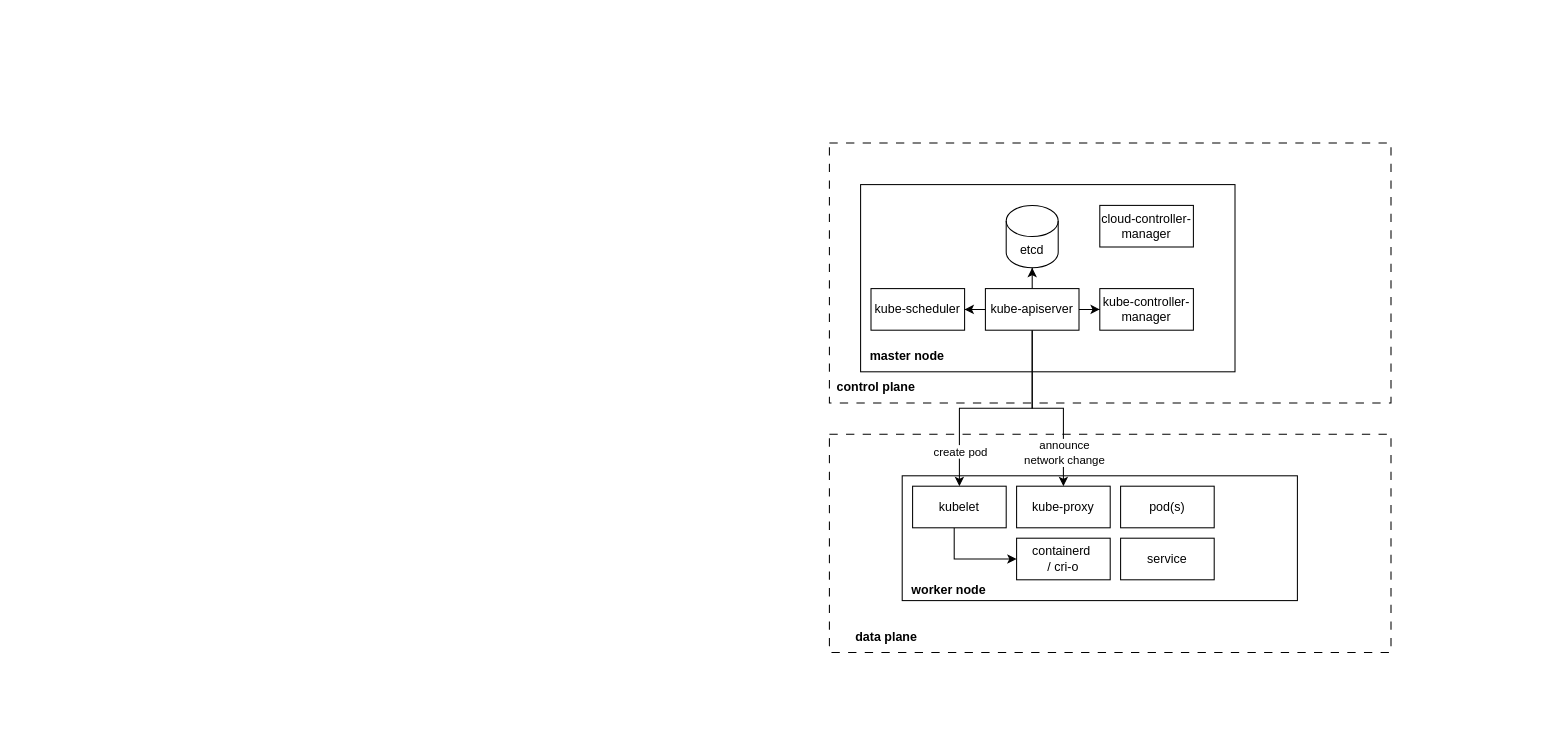
Before: catalog/k8s/k8s-architecture.drawio in tastybug/zettelkasten, a draw.io diagram. Source tidied: cells renumbered, new cells numbered last; positions are measured from the earlier drawing's top-left corner, leaving out a move shared by most shapes. Both pictures are drawn from the tidied source at 104%, with x=0, y=0 at pixel (808, 142).
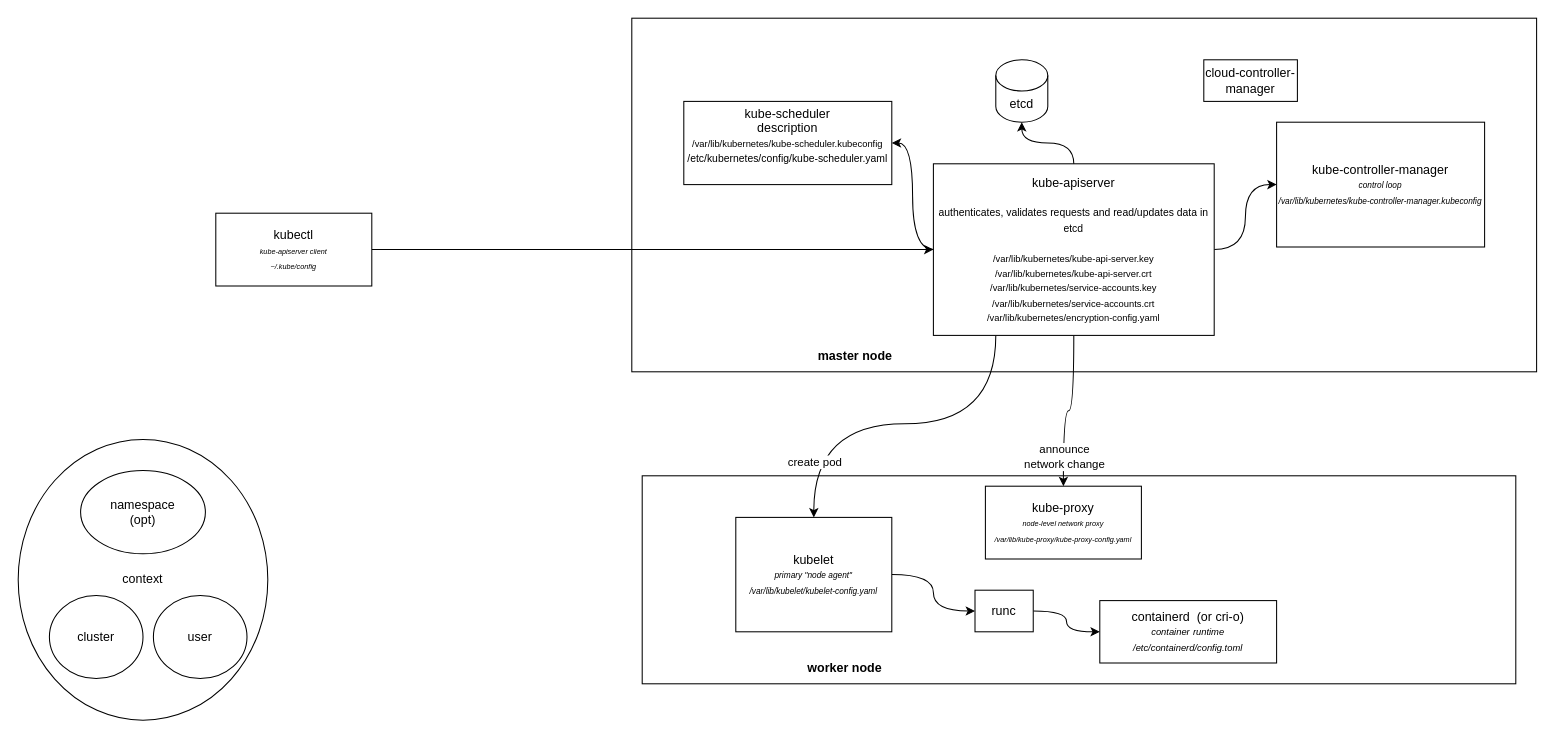
The same diagram, later.

The edit, as a diff of the source:
```diff
@@
-    <mxCell id="2" style="rounded=0;whiteSpace=wrap;html=1;dashed=1;dashPattern=8 8;" parent="1" vertex="1">
-      <mxGeometry x="20" width="540" height="250" as="geometry" />
-    </mxCell>
-    <mxCell id="3" style="rounded=0;whiteSpace=wrap;html=1;dashed=1;dashPattern=8 8;" parent="1" vertex="1">
-      <mxGeometry x="20" y="280" width="540" height="210" as="geometry" />
-    </mxCell>
     <mxCell id="4" style="rounded=0;whiteSpace=wrap;html=1;" parent="1" vertex="1">
-      <mxGeometry x="90" y="320" width="380" height="120" as="geometry" />
+      <mxGeometry x="-160" y="320" width="840" height="200" as="geometry" />
     </mxCell>
     <mxCell id="5" style="rounded=0;whiteSpace=wrap;html=1;" parent="1" vertex="1">
-      <mxGeometry x="50" y="40" width="360" height="180" as="geometry" />
+      <mxGeometry x="-170" y="-120" width="870" height="340" as="geometry" />
     </mxCell>
-    <mxCell id="6" style="edgeStyle=orthogonalEdgeStyle;rounded=0;jettySize=auto;html=1;entryX=0.5;entryY=0;entryDx=0;entryDy=0;" parent="1" edge="1" source="12" target="21">
-      <mxGeometry relative="1" as="geometry" />
+    <mxCell id="6" style="edgeStyle=orthogonalEdgeStyle;rounded=0;jettySize=auto;html=1;entryX=0.5;entryY=0;entryDx=0;entryDy=0;curved=1;" parent="1" edge="1" source="12" target="21">
+      <mxGeometry relative="1" as="geometry">
+        <Array as="points">
+          <mxPoint x="180" y="270" />
+          <mxPoint x="5" y="270" />
+        </Array>
+      </mxGeometry>
     </mxCell>
@@
-    <mxCell id="8" style="edgeStyle=orthogonalEdgeStyle;rounded=0;jettySize=auto;html=1;entryX=0.5;entryY=0;entryDx=0;entryDy=0;" parent="1" edge="1" source="12" target="22">
+    <mxCell id="8" style="edgeStyle=orthogonalEdgeStyle;rounded=0;jettySize=auto;html=1;entryX=0.5;entryY=0;entryDx=0;entryDy=0;curved=1;" parent="1" edge="1" source="12" target="22">
       <mxGeometry relative="1" as="geometry" />
     </mxCell>
@@
-    <mxCell id="10" style="edgeStyle=orthogonalEdgeStyle;rounded=0;jettySize=auto;html=1;entryX=1;entryY=0.5;entryDx=0;entryDy=0;" parent="1" edge="1" source="12" target="13">
+    <mxCell id="10" style="edgeStyle=orthogonalEdgeStyle;rounded=0;jettySize=auto;html=1;entryX=1;entryY=0.5;entryDx=0;entryDy=0;curved=1;" parent="1" edge="1" source="12" target="13">
       <mxGeometry relative="1" as="geometry" />
     </mxCell>
-    <mxCell id="11" style="edgeStyle=orthogonalEdgeStyle;rounded=0;jettySize=auto;html=1;" parent="1" edge="1" source="12" target="15">
+    <mxCell id="11" style="edgeStyle=orthogonalEdgeStyle;rounded=0;jettySize=auto;html=1;curved=1;" parent="1" edge="1" source="12" target="15">
       <mxGeometry relative="1" as="geometry" />
     </mxCell>
-    <mxCell id="12" value="kube-apiserver" style="rounded=0;whiteSpace=wrap;html=1;" parent="1" vertex="1">
-      <mxGeometry x="170" y="140" width="90" height="40" as="geometry" />
+    <mxCell id="12" value="kube-apiserver&lt;div&gt;&lt;br&gt;&lt;div&gt;&lt;font style=&quot;font-size: 10px;&quot;&gt;authenticates, validates requests and read/updates data in etcd&lt;/font&gt;&lt;/div&gt;&lt;div&gt;&lt;font style=&quot;font-size: 10px;&quot;&gt;&lt;br&gt;&lt;/font&gt;&lt;/div&gt;&lt;div&gt;&lt;font style=&quot;font-size: 9px;&quot;&gt;/var/lib/kubernetes/kube-api-server.key&lt;/font&gt;&lt;/div&gt;&lt;div&gt;&lt;font style=&quot;font-size: 9px;&quot;&gt;/var/lib/kubernetes/kube-api-server.crt&lt;br&gt;&lt;/font&gt;&lt;/div&gt;&lt;div&gt;&lt;font style=&quot;font-size: 9px;&quot;&gt;/var/lib/kubernetes/service-accounts.key&lt;br&gt;&lt;/font&gt;&lt;/div&gt;&lt;div&gt;&lt;font style=&quot;font-size: 9px;&quot;&gt;/var/lib/kubernetes/service-accounts.crt&lt;br&gt;&lt;/font&gt;&lt;/div&gt;&lt;div&gt;&lt;span style=&quot;font-size: 9px;&quot;&gt;/var/lib/kubernetes/encryption-config.yaml&lt;/span&gt;&lt;br&gt;&lt;/div&gt;&lt;/div&gt;" style="rounded=0;whiteSpace=wrap;html=1;" parent="1" vertex="1">
+      <mxGeometry x="120" y="20" width="270" height="165" as="geometry" />
     </mxCell>
-    <mxCell id="13" value="kube-scheduler" style="rounded=0;whiteSpace=wrap;html=1;" parent="1" vertex="1">
-      <mxGeometry x="60" y="140" width="90" height="40" as="geometry" />
+    <mxCell id="13" value="kube-scheduler&lt;div&gt;description&lt;/div&gt;&lt;div&gt;&lt;font style=&quot;font-size: 9px;&quot;&gt;/var/lib/kubernetes/kube-scheduler.kubeconfig&lt;/font&gt;&lt;/div&gt;&lt;div&gt;&lt;font size=&quot;1&quot;&gt;/etc/kubernetes/config/kube-scheduler.yaml&lt;br&gt;&lt;/font&gt;&lt;div&gt;&lt;br&gt;&lt;/div&gt;&lt;/div&gt;" style="rounded=0;whiteSpace=wrap;html=1;" parent="1" vertex="1">
+      <mxGeometry x="-120" y="-40" width="200" height="80" as="geometry" />
     </mxCell>
     <mxCell id="14" value="etcd" style="shape=cylinder3;whiteSpace=wrap;html=1;boundedLbl=1;backgroundOutline=1;size=15;" parent="1" vertex="1">
-      <mxGeometry x="190" y="60" width="50" height="60" as="geometry" />
+      <mxGeometry x="180" y="-80" width="50" height="60" as="geometry" />
     </mxCell>
-    <mxCell id="15" value="kube-controller-manager" style="rounded=0;whiteSpace=wrap;html=1;" parent="1" vertex="1">
-      <mxGeometry x="280" y="140" width="90" height="40" as="geometry" />
+    <mxCell id="15" value="&lt;font style=&quot;font-size: 12px;&quot;&gt;kube-controller-manager&lt;/font&gt;&lt;div&gt;&lt;i&gt;&lt;font style=&quot;font-size: 8px;&quot;&gt;control loop&lt;/font&gt;&lt;/i&gt;&lt;/div&gt;&lt;div&gt;&lt;i&gt;&lt;font style=&quot;font-size: 8px;&quot;&gt;/var/lib/kubernetes/kube-controller-manager.kubeconfig&lt;/font&gt;&lt;/i&gt;&lt;/div&gt;" style="rounded=0;whiteSpace=wrap;html=1;" parent="1" vertex="1">
+      <mxGeometry x="450" y="-20" width="200" height="120" as="geometry" />
     </mxCell>
     <mxCell id="16" value="cloud-controller-manager" style="rounded=0;whiteSpace=wrap;html=1;" parent="1" vertex="1">
-      <mxGeometry x="280" y="60" width="90" height="40" as="geometry" />
+      <mxGeometry x="380" y="-80" width="90" height="40" as="geometry" />
     </mxCell>
     <mxCell id="17" value="master node" style="text;html=1;align=center;verticalAlign=middle;whiteSpace=wrap;rounded=0;fontStyle=1;" parent="1" vertex="1">
-      <mxGeometry x="30" y="190" width="130" height="30" as="geometry" />
+      <mxGeometry x="-20" y="190" width="130" height="30" as="geometry" />
     </mxCell>
-    <mxCell id="18" value="control plane" style="text;html=1;align=center;verticalAlign=middle;whiteSpace=wrap;rounded=0;fontStyle=1;" parent="1" vertex="1">
-      <mxGeometry y="220" width="130" height="30" as="geometry" />
-    </mxCell>
     <mxCell id="19" value="worker node" style="text;html=1;align=center;verticalAlign=middle;whiteSpace=wrap;rounded=0;fontStyle=1;" parent="1" vertex="1">
-      <mxGeometry x="70" y="415" width="130" height="30" as="geometry" />
+      <mxGeometry x="-30" y="490" width="130" height="30" as="geometry" />
     </mxCell>
-    <mxCell id="20" style="edgeStyle=orthogonalEdgeStyle;rounded=0;jettySize=auto;html=1;entryX=0;entryY=0.5;entryDx=0;entryDy=0;" parent="1" edge="1" source="21" target="23">
-      <mxGeometry relative="1" as="geometry">
-        <Array as="points">
-          <mxPoint x="140" y="400" />
-        </Array>
-      </mxGeometry>
+    <mxCell id="20" style="edgeStyle=orthogonalEdgeStyle;rounded=0;jettySize=auto;html=1;curved=1;" parent="1" edge="1" source="21" target="29">
+      <mxGeometry relative="1" as="geometry" />
     </mxCell>
-    <mxCell id="21" value="kubelet" style="rounded=0;whiteSpace=wrap;html=1;" parent="1" vertex="1">
-      <mxGeometry x="100" y="330" width="90" height="40" as="geometry" />
+    <mxCell id="21" value="kubelet&lt;div&gt;&lt;i&gt;&lt;font style=&quot;font-size: 8px;&quot;&gt;primary &quot;node agent&quot;&lt;/font&gt;&lt;/i&gt;&lt;/div&gt;&lt;div&gt;&lt;i&gt;&lt;font style=&quot;font-size: 8px;&quot;&gt;/var/lib/kubelet/kubelet-config.yaml&lt;/font&gt;&lt;/i&gt;&lt;/div&gt;" style="rounded=0;whiteSpace=wrap;html=1;" parent="1" vertex="1">
+      <mxGeometry x="-70" y="360" width="150" height="110" as="geometry" />
     </mxCell>
-    <mxCell id="22" value="kube-proxy" style="rounded=0;whiteSpace=wrap;html=1;" parent="1" vertex="1">
-      <mxGeometry x="200" y="330" width="90" height="40" as="geometry" />
+    <mxCell id="22" value="kube-proxy&lt;div style=&quot;&quot;&gt;&lt;font style=&quot;font-size: 7px;&quot;&gt;&lt;i&gt;node-level network proxy&lt;/i&gt;&lt;/font&gt;&lt;/div&gt;&lt;div style=&quot;&quot;&gt;&lt;font style=&quot;font-size: 7px;&quot;&gt;&lt;i&gt;/var/lib/kube-proxy/kube-proxy-config.yaml&lt;/i&gt;&lt;/font&gt;&lt;/div&gt;" style="rounded=0;whiteSpace=wrap;html=1;" parent="1" vertex="1">
+      <mxGeometry x="170" y="330" width="150" height="70" as="geometry" />
     </mxCell>
-    <mxCell id="23" value="containerd&amp;nbsp;&lt;div&gt;/&amp;nbsp;&lt;span style=&quot;background-color: initial;&quot;&gt;cri-o&lt;/span&gt;&lt;/div&gt;" style="rounded=0;whiteSpace=wrap;html=1;" parent="1" vertex="1">
-      <mxGeometry x="200" y="380" width="90" height="40" as="geometry" />
+    <mxCell id="23" value="containerd&amp;nbsp; (or&lt;span style=&quot;background-color: initial;&quot;&gt;&amp;nbsp;&lt;/span&gt;&lt;span style=&quot;background-color: initial;&quot;&gt;cri-o)&lt;/span&gt;&lt;div style=&quot;&quot;&gt;&lt;span style=&quot;background-color: initial;&quot;&gt;&lt;i style=&quot;&quot;&gt;&lt;font style=&quot;font-size: 9px;&quot;&gt;container&lt;/font&gt;&lt;font style=&quot;font-size: 11px;&quot;&gt; &lt;/font&gt;&lt;font style=&quot;font-size: 9px;&quot;&gt;runtime&lt;/font&gt;&lt;/i&gt;&lt;/span&gt;&lt;/div&gt;&lt;div style=&quot;&quot;&gt;&lt;span style=&quot;background-color: initial;&quot;&gt;&lt;i style=&quot;&quot;&gt;&lt;font style=&quot;font-size: 9px;&quot;&gt;/etc/containerd/config.toml&lt;/font&gt;&lt;/i&gt;&lt;/span&gt;&lt;/div&gt;" style="rounded=0;whiteSpace=wrap;html=1;" parent="1" vertex="1">
+      <mxGeometry x="280" y="440" width="170" height="60" as="geometry" />
     </mxCell>
-    <mxCell id="24" value="data plane" style="text;html=1;align=center;verticalAlign=middle;whiteSpace=wrap;rounded=0;fontStyle=1;" parent="1" vertex="1">
-      <mxGeometry x="10" y="460" width="130" height="30" as="geometry" />
-    </mxCell>
-    <mxCell id="25" value="pod(s)" style="rounded=0;whiteSpace=wrap;html=1;" parent="1" vertex="1">
-      <mxGeometry x="300" y="330" width="90" height="40" as="geometry" />
-    </mxCell>
-    <mxCell id="26" value="service" style="rounded=0;whiteSpace=wrap;html=1;" parent="1" vertex="1">
-      <mxGeometry x="300" y="380" width="90" height="40" as="geometry" />
-    </mxCell>
-    <mxCell id="27" style="edgeStyle=orthogonalEdgeStyle;rounded=0;jettySize=auto;html=1;entryX=0.5;entryY=1;entryDx=0;entryDy=0;entryPerimeter=0;" parent="1" edge="1" source="12" target="14">
+    <mxCell id="27" style="edgeStyle=orthogonalEdgeStyle;rounded=0;jettySize=auto;html=1;entryX=0.5;entryY=1;entryDx=0;entryDy=0;entryPerimeter=0;curved=1;" parent="1" edge="1" source="12" target="14">
       <mxGeometry relative="1" as="geometry" />
     </mxCell>
+    <mxCell id="28" style="edgeStyle=orthogonalEdgeStyle;rounded=0;jettySize=auto;html=1;entryX=0;entryY=0.5;entryDx=0;entryDy=0;curved=1;" parent="1" edge="1" source="29" target="23">
+      <mxGeometry relative="1" as="geometry" />
+    </mxCell>
+    <mxCell id="29" value="runc" style="rounded=0;whiteSpace=wrap;html=1;" parent="1" vertex="1">
+      <mxGeometry x="160" y="430" width="56" height="40" as="geometry" />
+    </mxCell>
+    <mxCell id="30" value="context" style="ellipse;whiteSpace=wrap;html=1;" parent="1" vertex="1">
+      <mxGeometry x="-760" y="285" width="240" height="270" as="geometry" />
+    </mxCell>
+    <mxCell id="31" value="cluster" style="ellipse;whiteSpace=wrap;html=1;" parent="1" vertex="1">
+      <mxGeometry x="-730" y="435" width="90" height="80" as="geometry" />
+    </mxCell>
+    <mxCell id="32" value="user" style="ellipse;whiteSpace=wrap;html=1;" parent="1" vertex="1">
+      <mxGeometry x="-630" y="435" width="90" height="80" as="geometry" />
+    </mxCell>
+    <mxCell id="33" value="namespace&lt;div&gt;(opt)&lt;/div&gt;" style="ellipse;whiteSpace=wrap;html=1;" parent="1" vertex="1">
+      <mxGeometry x="-700" y="315" width="120" height="80" as="geometry" />
+    </mxCell>
+    <mxCell id="34" style="edgeStyle=orthogonalEdgeStyle;rounded=0;jettySize=auto;html=1;curved=1;" parent="1" edge="1" source="35" target="12">
+      <mxGeometry relative="1" as="geometry" />
+    </mxCell>
+    <mxCell id="35" value="kubectl&lt;div style=&quot;&quot;&gt;&lt;font style=&quot;font-size: 7px;&quot;&gt;&lt;i&gt;kube-apiserver client&lt;/i&gt;&lt;/font&gt;&lt;/div&gt;&lt;div style=&quot;&quot;&gt;&lt;font style=&quot;font-size: 7px;&quot;&gt;&lt;i&gt;~/.kube/config&lt;/i&gt;&lt;/font&gt;&lt;/div&gt;" style="rounded=0;whiteSpace=wrap;html=1;" parent="1" vertex="1">
+      <mxGeometry x="-570" y="67.5" width="150" height="70" as="geometry" />
+    </mxCell>
```
